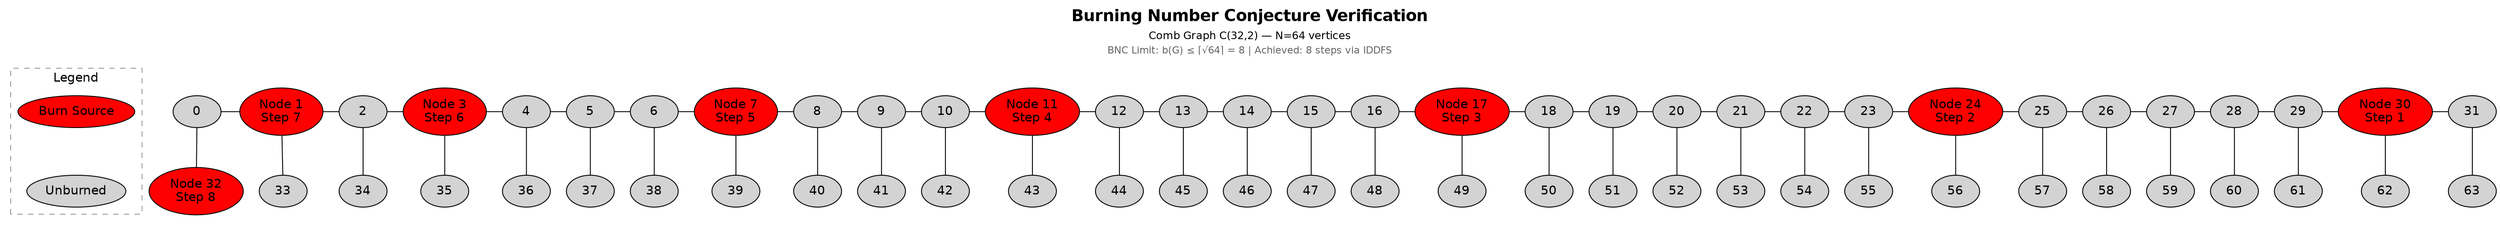
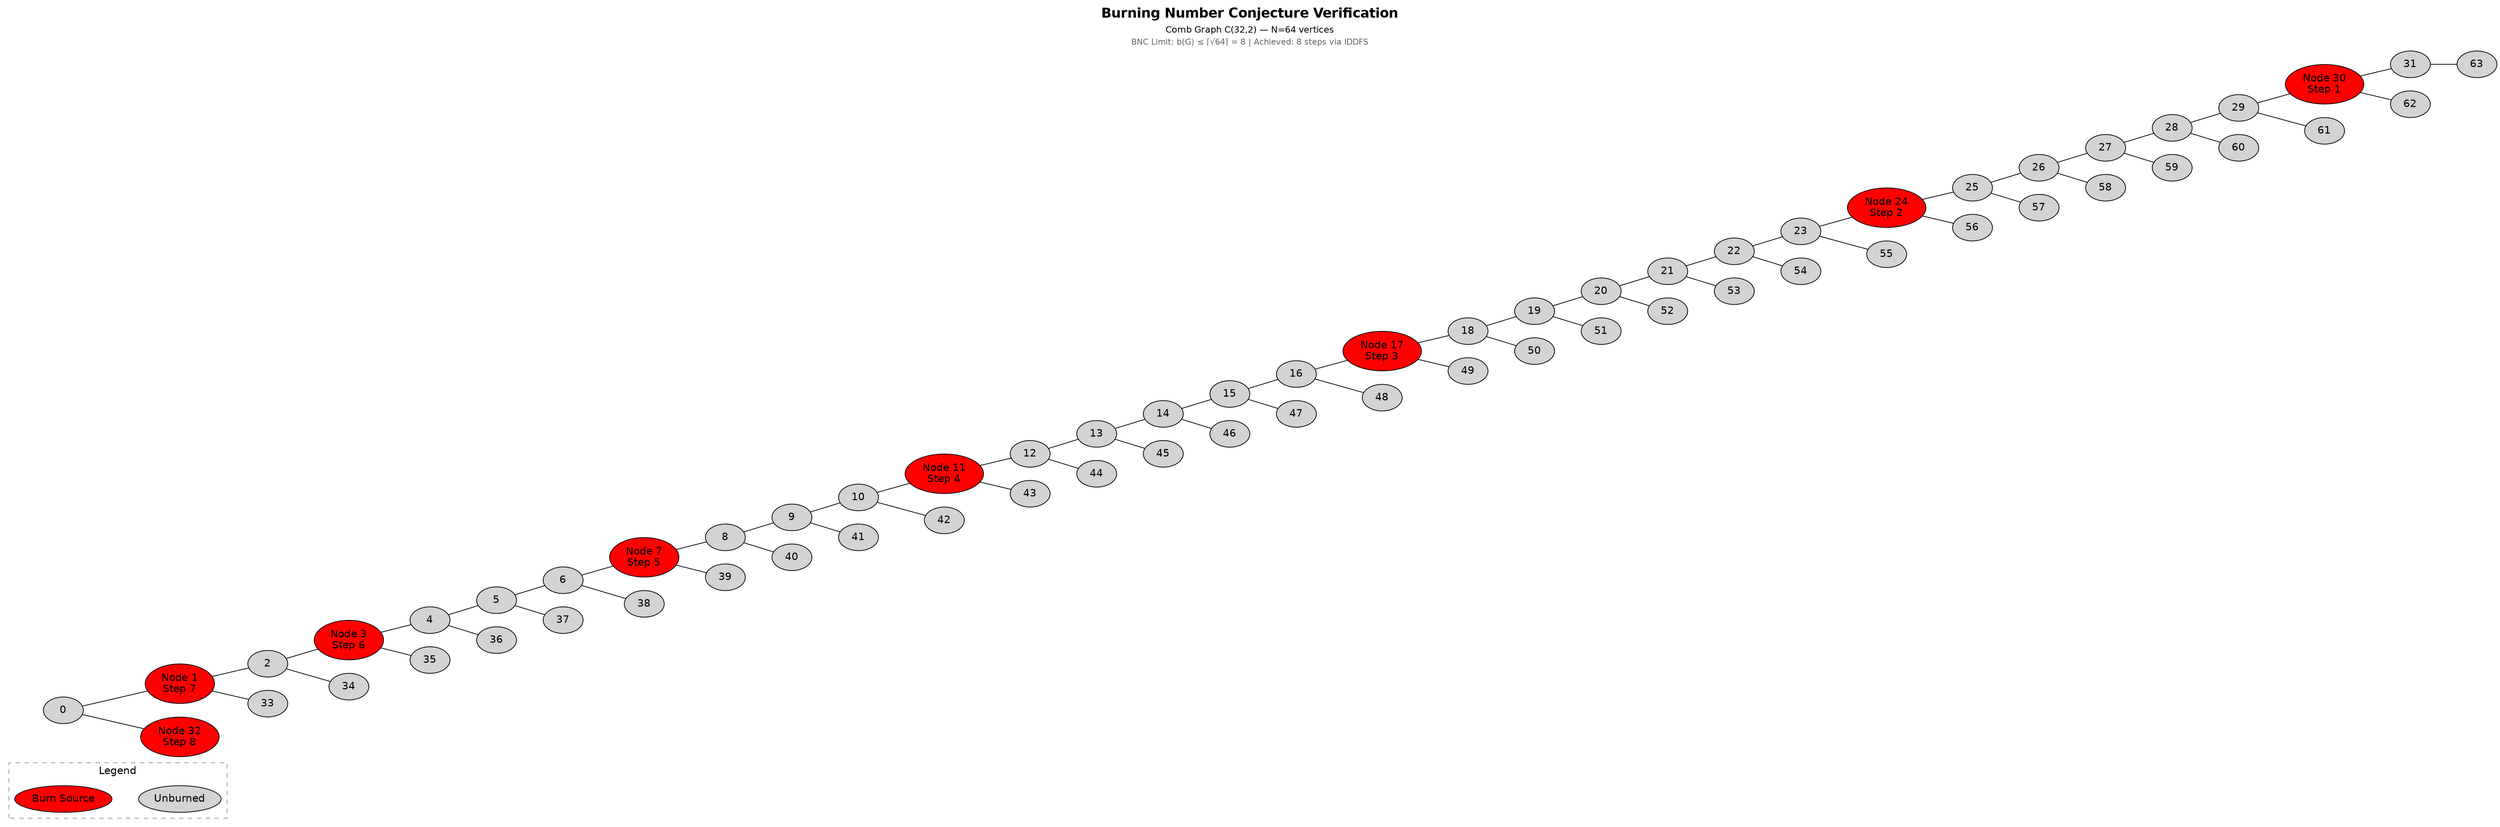
graph Epidemiology {
  graph [
    label=<
      <TABLE BORDER="0" CELLSPACING="0">
        <TR><TD><B><FONT POINT-SIZE="18">Burning Number Conjecture Verification</FONT></B></TD></TR>
        <TR><TD><FONT POINT-SIZE="12">Comb Graph C(32,2) — N=64 vertices</FONT></TD></TR>
        <TR><TD><FONT POINT-SIZE="11" COLOR="gray40">BNC Limit: b(G) ≤ ⌈√64⌉ = 8 | Achieved: 8 steps via IDDFS</FONT></TD></TR>
      </TABLE>
    >
    labelloc=t
    fontname="Helvetica"
+     rankdir=LR
  ];
  node [fontname="Helvetica", style=filled, fillcolor=lightgrey];

  subgraph cluster_legend {
    label="Legend";
    fontname="Helvetica";
    style=dashed; color=gray60;
    leg_burn [fillcolor=red, label="Burn Source"];
    leg_safe [fillcolor=lightgrey, label="Unburned"];
    leg_burn -- leg_safe [style=invis];
  }
- 
-   { rank=same; 0 1 2 3 4 5 6 7 8 9 10 11 12 13 14 15 16 17 18 19 20 21 22 23 24 25 26 27 28 29 30 31; }
-   { rank=same; 32 33 34 35 36 37 38 39 40 41 42 43 44 45 46 47 48 49 50 51 52 53 54 55 56 57 58 59 60 61 62 63; }

  30 [fillcolor=red, label="Node 30\nStep 1"];
  24 [fillcolor=red, label="Node 24\nStep 2"];
  17 [fillcolor=red, label="Node 17\nStep 3"];
  11 [fillcolor=red, label="Node 11\nStep 4"];
  7 [fillcolor=red, label="Node 7\nStep 5"];
  3 [fillcolor=red, label="Node 3\nStep 6"];
  1 [fillcolor=red, label="Node 1\nStep 7"];
  32 [fillcolor=red, label="Node 32\nStep 8"];
  0 -- 1;
  0 -- 32;
  1 -- 2;
  1 -- 33;
  2 -- 3;
  2 -- 34;
  3 -- 4;
  3 -- 35;
  4 -- 5;
  4 -- 36;
  5 -- 6;
  5 -- 37;
  6 -- 7;
  6 -- 38;
  7 -- 8;
  7 -- 39;
  8 -- 9;
  8 -- 40;
  9 -- 10;
  9 -- 41;
  10 -- 11;
  10 -- 42;
  11 -- 12;
  11 -- 43;
  12 -- 13;
  12 -- 44;
  13 -- 14;
  13 -- 45;
  14 -- 15;
  14 -- 46;
  15 -- 16;
  15 -- 47;
  16 -- 17;
  16 -- 48;
  17 -- 18;
  17 -- 49;
  18 -- 19;
  18 -- 50;
  19 -- 20;
  19 -- 51;
  20 -- 21;
  20 -- 52;
  21 -- 22;
  21 -- 53;
  22 -- 23;
  22 -- 54;
  23 -- 24;
  23 -- 55;
  24 -- 25;
  24 -- 56;
  25 -- 26;
  25 -- 57;
  26 -- 27;
  26 -- 58;
  27 -- 28;
  27 -- 59;
  28 -- 29;
  28 -- 60;
  29 -- 30;
  29 -- 61;
  30 -- 31;
  30 -- 62;
  31 -- 63;
}
